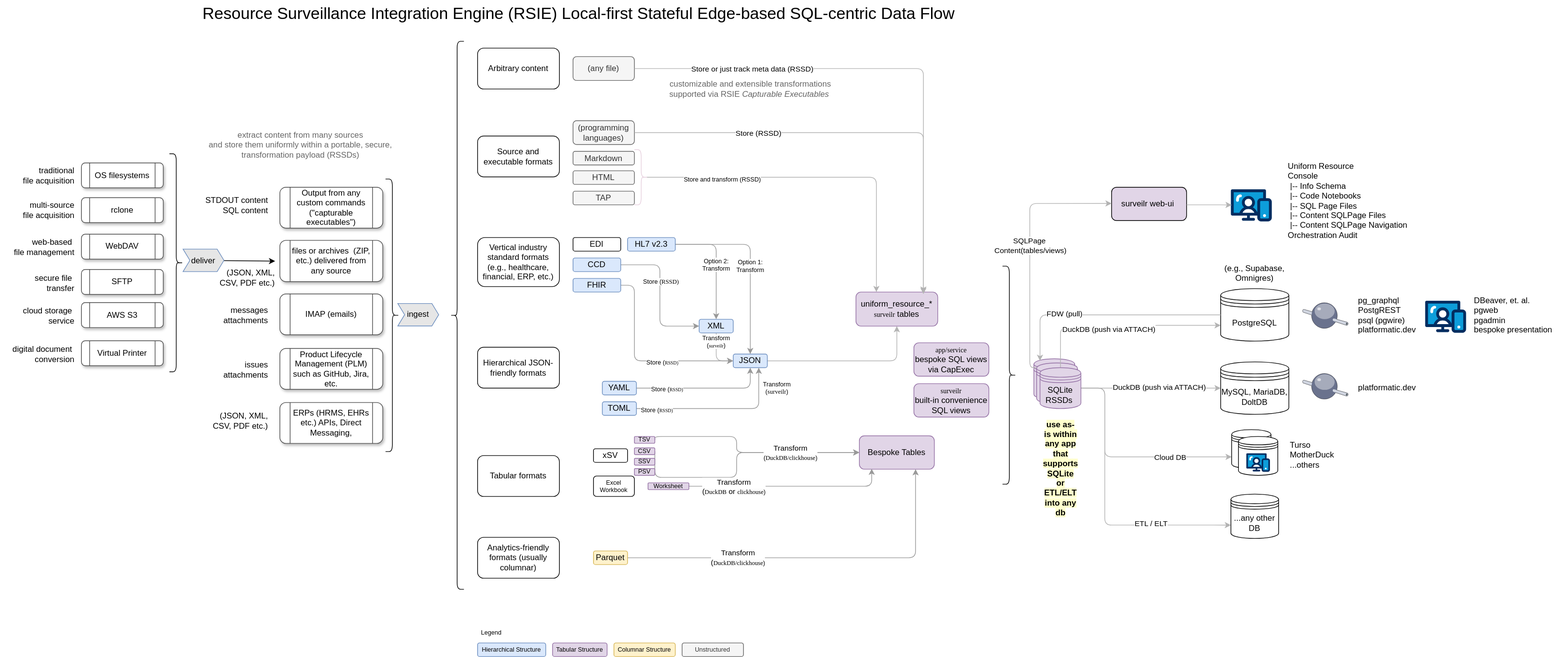
opsfolio/resource-surveillance-commons keeps this draw.io diagram as pattern/integration-engine/assets/resource-surveillance-integration-engine-data-flow.drawio.svg. Above is the earlier version. Source tidied: cells renumbered, new cells last; positions are measured from the earlier drawing's top-left corner, leaving out a move shared by most shapes.
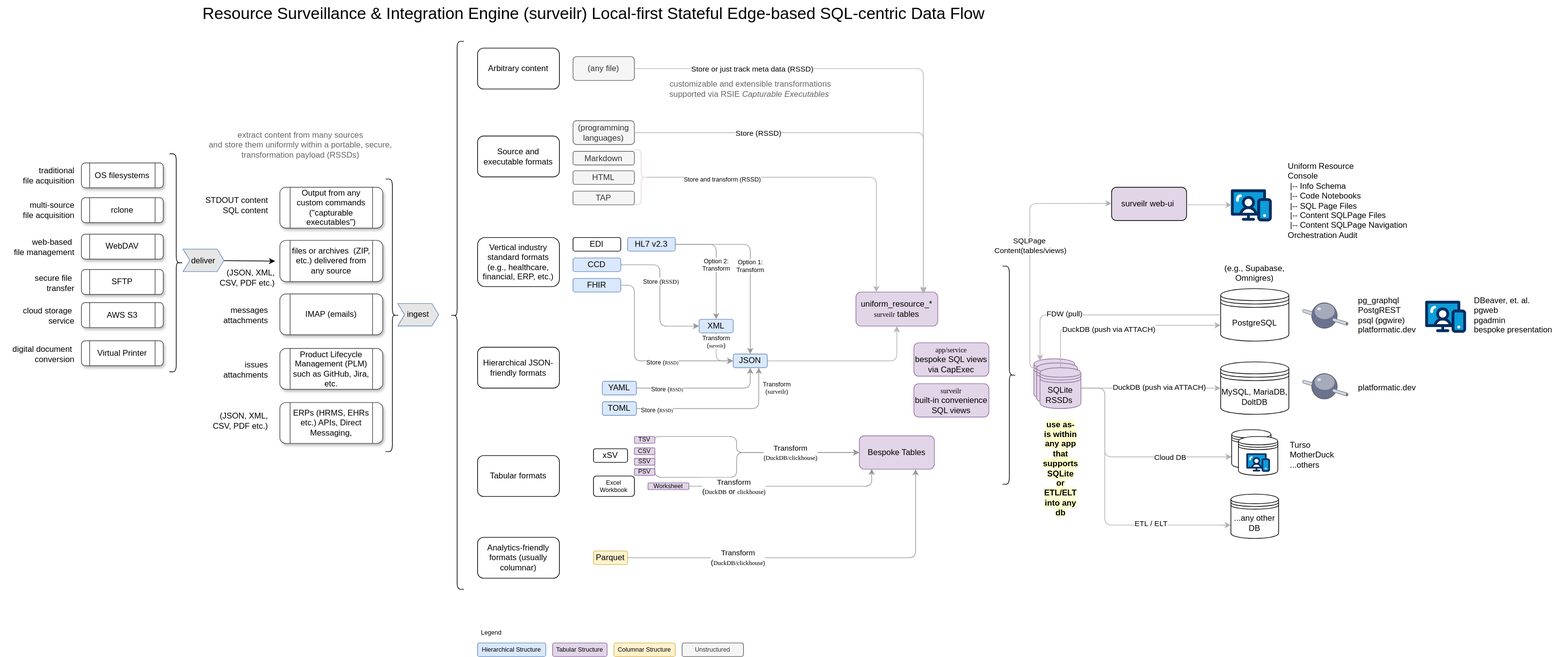
The same file after the commit.

Commit message:
docs: update the README in RSC - changed the term RSIE with surveilr - removed the term RSIE in the tech diagram with surveilr

Diff of the diagram source:
```diff
@@ -151,8 +151,8 @@
     <mxCell id="45" value="Columnar Structure" style="rounded=1;whiteSpace=wrap;html=1;fillColor=#fff2cc;strokeColor=#d6b656;fontSize=9;" parent="1" vertex="1">
       <mxGeometry x="900" y="943" width="90" height="20" as="geometry" />
     </mxCell>
-    <mxCell id="46" value="Resource Surveillance Integration Engine (RSIE) Local-first Stateful Edge-based SQL-centric Data Flow" style="text;html=1;align=left;verticalAlign=middle;strokeColor=none;fillColor=none;fontSize=24;" parent="1" vertex="1">
-      <mxGeometry x="295" width="1130" height="40" as="geometry" />
+    <mxCell id="46" value="Resource Surveillance &amp;amp; Integration Engine (surveilr&lt;span style=&quot;background-color: initial;&quot;&gt;) Local-first Stateful Edge-based SQL-centric Data Flow&lt;/span&gt;" style="text;html=1;align=left;verticalAlign=middle;strokeColor=none;fillColor=none;fontSize=24;" parent="1" vertex="1">
+      <mxGeometry x="295" width="1170" height="40" as="geometry" />
     </mxCell>
     <mxCell id="47" value="Legend" style="text;html=1;align=center;verticalAlign=middle;strokeColor=none;fillColor=none;fontSize=9;" parent="1" vertex="1">
       <mxGeometry x="695" y="918" width="50" height="20" as="geometry" />
```
